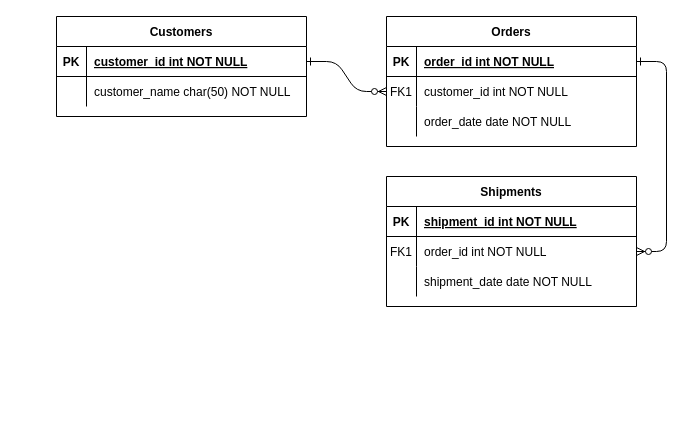
The draw.io diagram Untitled Diagram.drawio in KrzysiekJa/Hotel-Personel-Management-DB-System, before the edit. Source tidied: cells renumbered, new cells numbered last; positions are measured from the earlier drawing's top-left corner, leaving out a move shared by most shapes. Both pictures are drawn from the tidied source at 100%, with x=0, y=0 at pixel (56, 16).
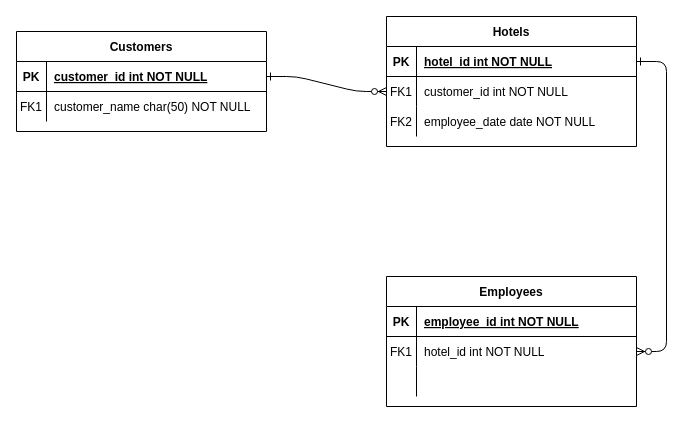
After the change.

The change refers to these unchanged cells:
```xml
<mxCell id="5" style="shape=partialRectangle;fillColor=none;points=[[0,0.5],[1,0.5]];portConstraint=eastwest;top=0;left=0;right=0;bottom=1;" parent="4" vertex="1">
  <mxGeometry y="30" width="250" height="30" as="geometry" />
</mxCell>
<mxCell id="11" style="shape=partialRectangle;fillColor=none;top=0;left=0;right=0;bottom=0;" parent="4" vertex="1">
  <mxGeometry y="90" width="250" height="30" as="geometry" />
</mxCell>
<mxCell id="15" style="shape=partialRectangle;fillColor=none;top=0;left=0;right=0;bottom=1;" parent="14" vertex="1">
  <mxGeometry y="30" width="250" height="30" as="geometry" />
</mxCell>
<mxCell id="18" style="shape=partialRectangle;fillColor=none;points=[[0,0.5],[1,0.5]];portConstraint=eastwest;top=0;left=0;right=0;bottom=0;" parent="14" vertex="1">
  <mxGeometry y="60" width="250" height="30" as="geometry" />
</mxCell>
<mxCell id="21" style="shape=partialRectangle;fillColor=none;top=0;left=0;right=0;bottom=0;" parent="14" vertex="1">
  <mxGeometry y="90" width="250" height="30" as="geometry" />
</mxCell>
<mxCell id="28" style="shape=partialRectangle;fillColor=none;top=0;left=0;right=0;bottom=0;" parent="24" vertex="1">
  <mxGeometry y="60" width="250" height="30" as="geometry" />
</mxCell>
```

Diff of the diagram source:
```diff
@@
-    <mxCell id="4" value="Orders" style="shape=table;startSize=30;childLayout=tableLayout;rowLines=0;fontStyle=1;align=center;" parent="1" vertex="1">
+    <mxCell id="4" value="Hotels" style="shape=table;startSize=30;childLayout=tableLayout;rowLines=0;fontStyle=1;align=center;" parent="1" vertex="1">
       <mxGeometry x="330" width="250" height="130" as="geometry" />
     </mxCell>
@@
-    <mxCell id="7" value="order_id int NOT NULL " style="shape=partialRectangle;overflow=hidden;fillColor=none;top=0;left=0;bottom=0;right=0;align=left;spacingLeft=6;fontStyle=5;" parent="5" vertex="1">
+    <mxCell id="7" value="hotel_id int NOT NULL " style="shape=partialRectangle;overflow=hidden;fillColor=none;top=0;left=0;bottom=0;right=0;align=left;spacingLeft=6;fontStyle=5;" parent="5" vertex="1">
       <mxGeometry x="30" width="220" height="30" as="geometry" />
     </mxCell>
@@
-    <mxCell id="12" style="shape=partialRectangle;overflow=hidden;fillColor=none;top=0;left=0;bottom=0;right=0;" parent="11" vertex="1">
+    <mxCell id="12" value="FK2" style="shape=partialRectangle;overflow=hidden;fillColor=none;top=0;left=0;bottom=0;right=0;" parent="11" vertex="1">
       <mxGeometry width="30" height="30" as="geometry" />
     </mxCell>
-    <mxCell id="13" value="order_date date NOT NULL" style="shape=partialRectangle;overflow=hidden;fillColor=none;top=0;left=0;bottom=0;right=0;align=left;spacingLeft=6;" parent="11" vertex="1">
+    <mxCell id="13" value="employee_date date NOT NULL" style="shape=partialRectangle;overflow=hidden;fillColor=none;top=0;left=0;bottom=0;right=0;align=left;spacingLeft=6;" parent="11" vertex="1">
       <mxGeometry x="30" width="220" height="30" as="geometry" />
     </mxCell>
-    <mxCell id="14" value="Shipments" style="shape=table;startSize=30;childLayout=tableLayout;rowLines=0;fontStyle=1;align=center;" parent="1" vertex="1">
-      <mxGeometry x="330" y="160" width="250" height="130" as="geometry" />
+    <mxCell id="14" value="Employees" style="shape=table;startSize=30;childLayout=tableLayout;rowLines=0;fontStyle=1;align=center;" parent="1" vertex="1">
+      <mxGeometry x="330" y="260" width="250" height="130" as="geometry" />
     </mxCell>
@@
-    <mxCell id="17" value="shipment_id int NOT NULL " style="shape=partialRectangle;overflow=hidden;fillColor=none;top=0;left=0;bottom=0;right=0;align=left;spacingLeft=6;fontStyle=5;" parent="15" vertex="1">
+    <mxCell id="17" value="employee_id int NOT NULL " style="shape=partialRectangle;overflow=hidden;fillColor=none;top=0;left=0;bottom=0;right=0;align=left;spacingLeft=6;fontStyle=5;" parent="15" vertex="1">
       <mxGeometry x="30" width="220" height="30" as="geometry" />
     </mxCell>
@@
-    <mxCell id="20" value="order_id int NOT NULL" style="shape=partialRectangle;overflow=hidden;fillColor=none;top=0;left=0;bottom=0;right=0;align=left;spacingLeft=6;" parent="18" vertex="1">
+    <mxCell id="20" value="hotel_id int NOT NULL" style="shape=partialRectangle;overflow=hidden;fillColor=none;top=0;left=0;bottom=0;right=0;align=left;spacingLeft=6;" parent="18" vertex="1">
       <mxGeometry x="30" width="220" height="30" as="geometry" />
     </mxCell>
@@
-    <mxCell id="23" value="shipment_date date NOT NULL" style="shape=partialRectangle;overflow=hidden;fillColor=none;top=0;left=0;bottom=0;right=0;align=left;spacingLeft=6;" parent="21" vertex="1">
+    <mxCell id="23" style="shape=partialRectangle;overflow=hidden;fillColor=none;top=0;left=0;bottom=0;right=0;align=left;spacingLeft=6;" parent="21" vertex="1">
       <mxGeometry x="30" width="220" height="30" as="geometry" />
     </mxCell>
     <mxCell id="24" value="Customers" style="shape=table;startSize=30;childLayout=tableLayout;rowLines=0;fontStyle=1;align=center;" parent="1" vertex="1">
-      <mxGeometry width="250" height="100" as="geometry" />
+      <mxGeometry x="-40" y="15" width="250" height="100" as="geometry" />
     </mxCell>
@@
-    <mxCell id="29" style="shape=partialRectangle;overflow=hidden;fillColor=none;top=0;left=0;bottom=0;right=0;" parent="28" vertex="1">
+    <mxCell id="29" value="FK1" style="shape=partialRectangle;overflow=hidden;fillColor=none;top=0;left=0;bottom=0;right=0;" parent="28" vertex="1">
       <mxGeometry width="30" height="30" as="geometry" />
     </mxCell>
```
